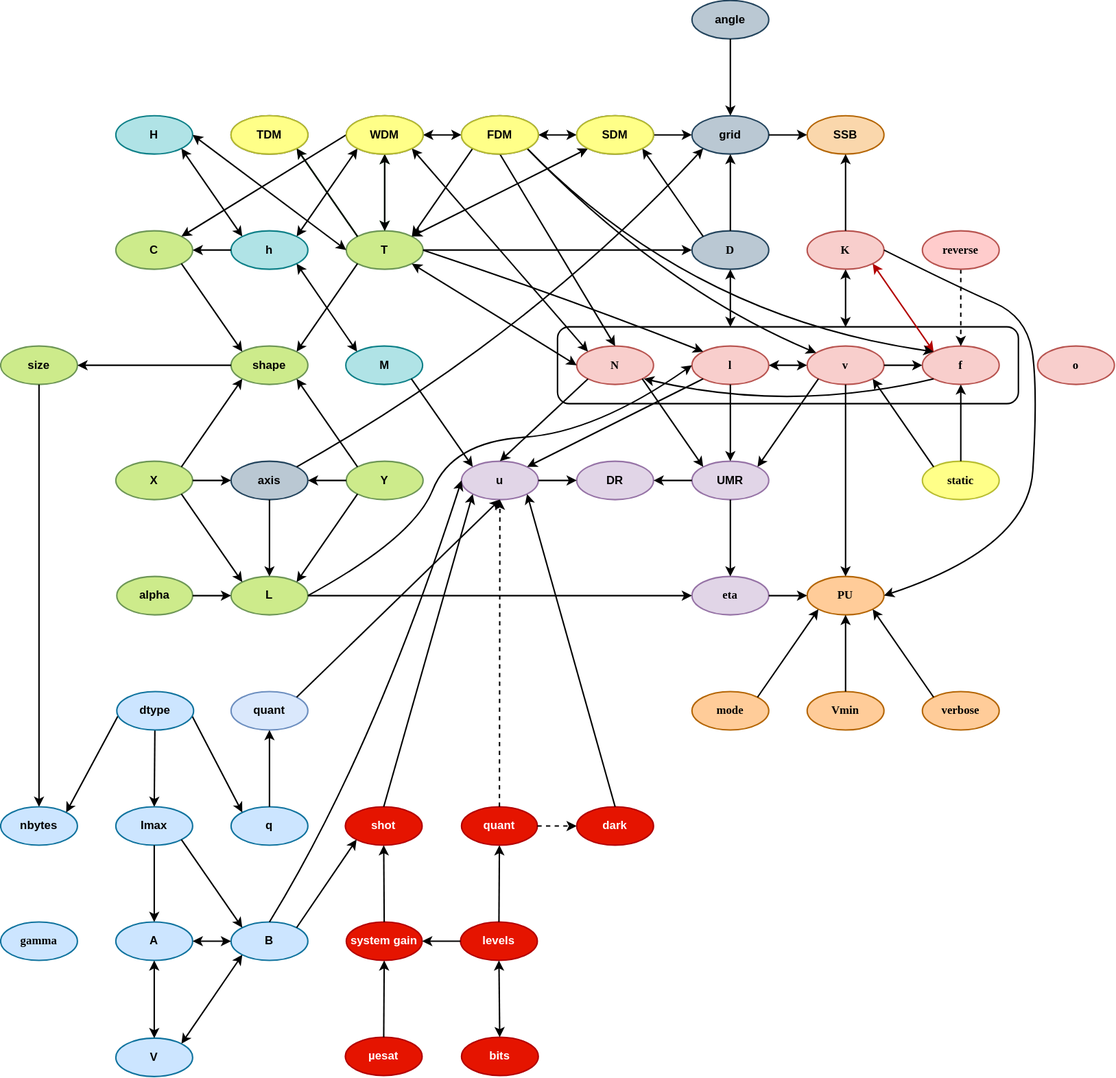
comimag/Fringes keeps this draw.io diagram as docs/interdependencies.svg. Above is the earlier version. Source tidied: cells renumbered, new cells last; positions are measured from the earlier drawing's top-left corner, leaving out a move shared by most shapes.
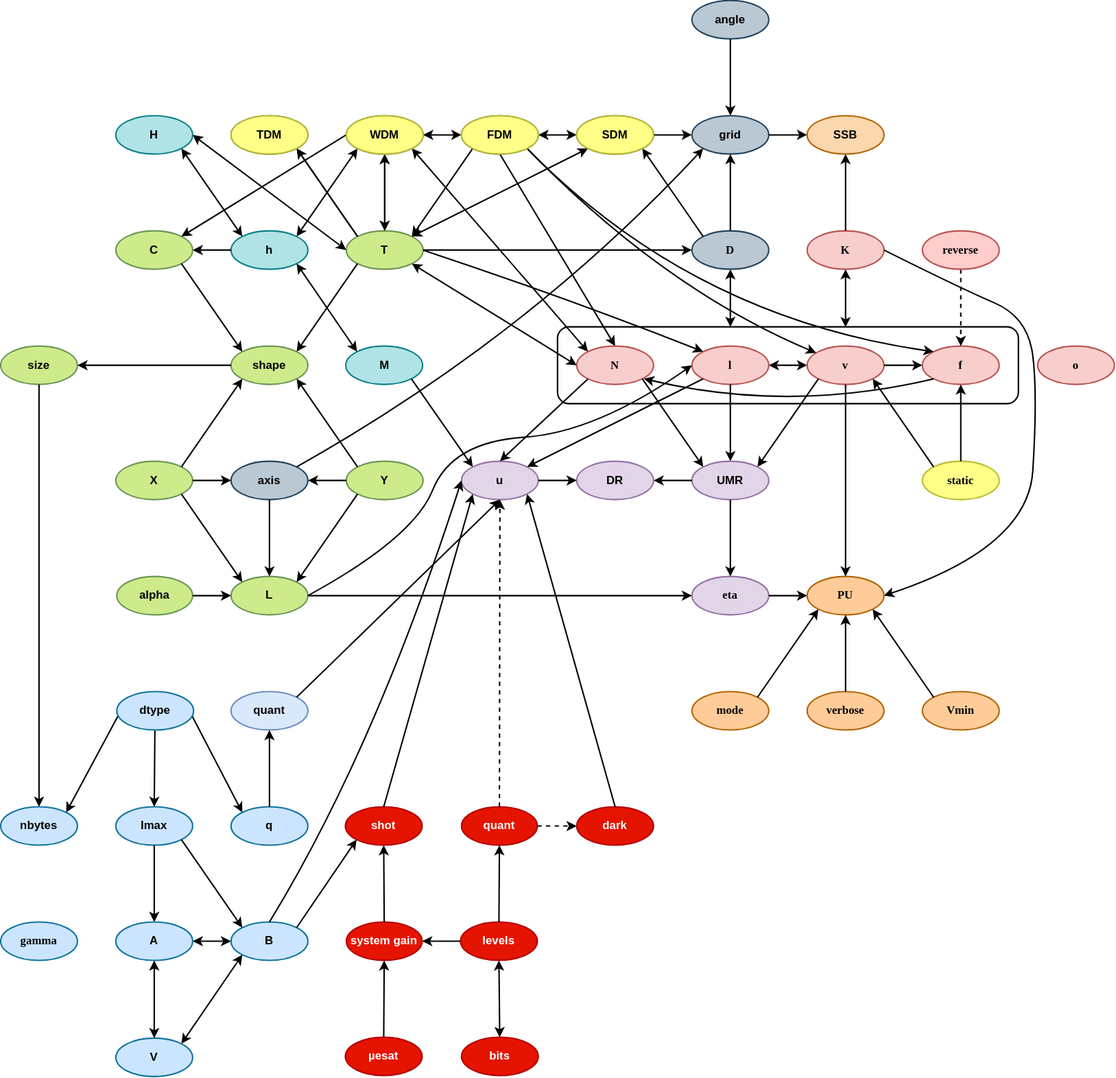
Later version of the same file.

Commit message:
updated interdependency graph

What changed in the source:
```diff
@@ -38,9 +38,6 @@
     <mxCell id="13" value="UMR" style="ellipse;whiteSpace=wrap;html=1;fontStyle=1;fillColor=#e1d5e7;strokeColor=#9673a6;shadow=0;strokeWidth=1.5;labelBorderColor=none;" parent="1" vertex="1">
       <mxGeometry x="720" y="480" width="80" height="40" as="geometry" />
     </mxCell>
-    <mxCell id="14" style="endArrow=classic;startArrow=classic;html=1;rounded=0;exitX=0;exitY=0;exitDx=0;exitDy=0;entryX=1;entryY=1;entryDx=0;entryDy=0;fillColor=#e51400;strokeColor=#B20000;fontStyle=1;shadow=0;strokeWidth=1.5;labelBorderColor=none;" parent="1" edge="1" source="8" target="5">
-      <mxGeometry relative="1" as="geometry" />
-    </mxCell>
     <mxCell id="15" style="endArrow=classic;html=1;rounded=1;exitX=0;exitY=1;exitDx=0;exitDy=0;entryX=1;entryY=0;entryDx=0;entryDy=0;fontStyle=1;shadow=0;strokeWidth=1.5;labelBorderColor=none;" parent="1" edge="1" source="7" target="13">
       <mxGeometry relative="1" as="geometry" />
     </mxCell>
@@ -372,18 +369,18 @@
       <mxGeometry y="960" width="80" height="40" as="geometry" />
     </mxCell>
     <mxCell id="113" value="&lt;span&gt;verbose&lt;br&gt;&lt;/span&gt;" style="ellipse;whiteSpace=wrap;html=1;rounded=0;shadow=0;comic=0;labelBackgroundColor=none;strokeWidth=1.5;fontFamily=Verdana;fontSize=12;align=center;fontStyle=1;fillColor=#ffcc99;strokeColor=#B46504;labelBorderColor=none;" parent="1" vertex="1">
-      <mxGeometry x="960" y="720" width="80" height="40" as="geometry" />
+      <mxGeometry x="840" y="720" width="80" height="40" as="geometry" />
     </mxCell>
     <mxCell id="114" value="&lt;span&gt;mode&lt;/span&gt;" style="ellipse;whiteSpace=wrap;html=1;rounded=0;shadow=0;comic=0;labelBackgroundColor=none;strokeWidth=1.5;fontFamily=Verdana;fontSize=12;align=center;fontStyle=1;fillColor=#ffcc99;strokeColor=#B46504;labelBorderColor=none;" parent="1" vertex="1">
       <mxGeometry x="720" y="720" width="80" height="40" as="geometry" />
     </mxCell>
     <mxCell id="115" value="&lt;span&gt;Vmin&lt;/span&gt;" style="ellipse;whiteSpace=wrap;html=1;rounded=0;shadow=0;comic=0;labelBackgroundColor=none;strokeWidth=1.5;fontFamily=Verdana;fontSize=12;align=center;fontStyle=1;fillColor=#ffcc99;strokeColor=#B46504;labelBorderColor=none;" parent="1" vertex="1">
-      <mxGeometry x="840" y="720" width="80" height="40" as="geometry" />
+      <mxGeometry x="960" y="720" width="80" height="40" as="geometry" />
     </mxCell>
-    <mxCell id="116" style="endArrow=classic;html=1;curved=1;exitX=0.5;exitY=0;exitDx=0;exitDy=0;entryX=0.5;entryY=1;entryDx=0;entryDy=0;fontStyle=1;shadow=0;strokeWidth=1.5;labelBorderColor=none;" parent="1" edge="1" source="115" target="12">
+    <mxCell id="116" style="endArrow=classic;html=1;curved=1;exitX=0;exitY=0;exitDx=0;exitDy=0;entryX=1;entryY=1;entryDx=0;entryDy=0;fontStyle=1;shadow=0;strokeWidth=1.5;labelBorderColor=none;" parent="1" edge="1" source="115" target="12">
       <mxGeometry relative="1" as="geometry" />
     </mxCell>
-    <mxCell id="117" style="endArrow=classic;html=1;curved=1;entryX=1;entryY=1;entryDx=0;entryDy=0;fontStyle=1;shadow=0;strokeWidth=1.5;labelBorderColor=none;exitX=0;exitY=0;exitDx=0;exitDy=0;" parent="1" edge="1" source="113" target="12">
+    <mxCell id="117" style="endArrow=classic;html=1;curved=1;entryX=0.5;entryY=1;entryDx=0;entryDy=0;fontStyle=1;shadow=0;strokeWidth=1.5;labelBorderColor=none;" parent="1" edge="1" source="113" target="12">
       <mxGeometry relative="1" as="geometry" />
     </mxCell>
     <mxCell id="118" style="endArrow=classic;html=1;curved=1;exitX=1;exitY=0;exitDx=0;exitDy=0;entryX=0;entryY=1;entryDx=0;entryDy=0;fontStyle=1;shadow=0;strokeWidth=1.5;labelBorderColor=none;" parent="1" edge="1" source="114" target="12">
```
